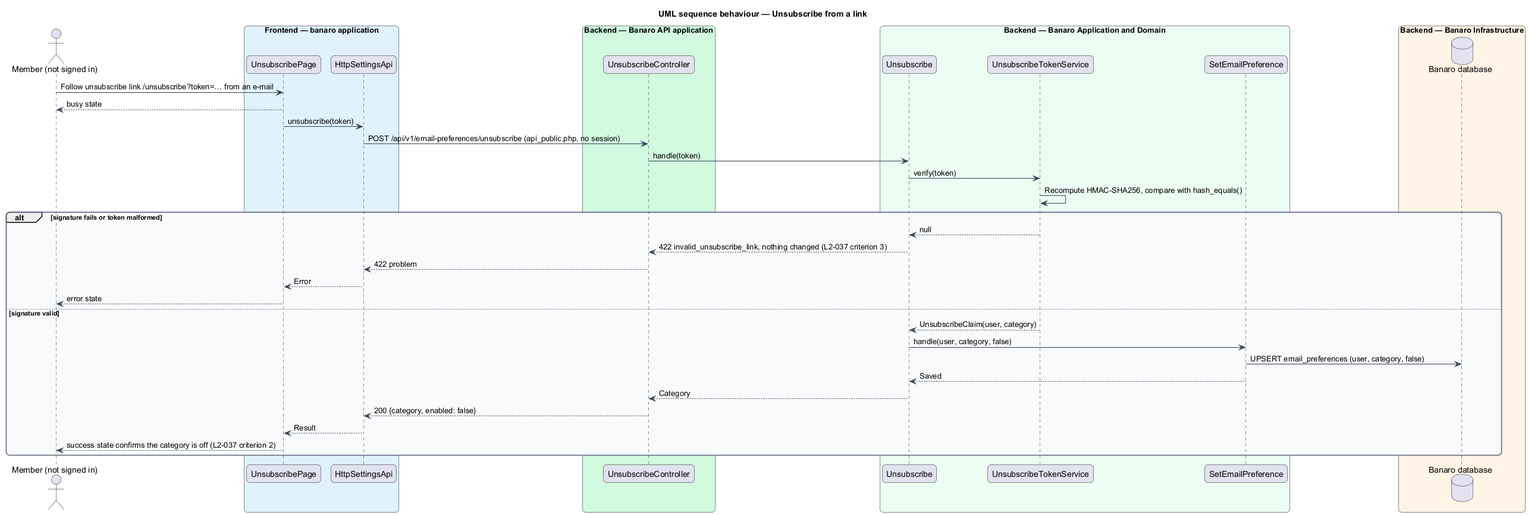
This is docs/detailed-designs/settings/manage-email-preferences/diagrams/sequence-unsubscribe-from-link.png from QuinntyneBrown/banaro, a PlantUML export, as it was before one commit.
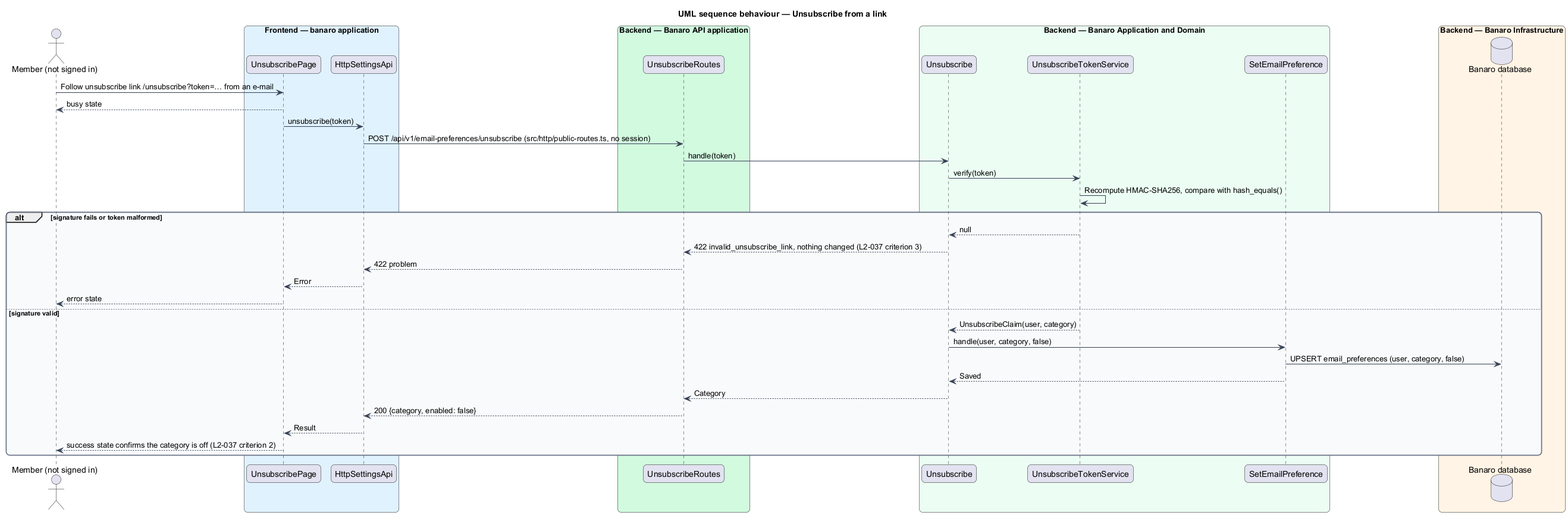
Later version of the same file.

What changed in the source:
```diff
@@ -20,7 +20,7 @@
   participant "HttpSettingsApi" as client
 end box
 box "Backend — Banaro API application" #D1FADF
-  participant "UnsubscribeController" as controller
+  participant "UnsubscribeRoutes" as controller
 end box
 box "Backend — Banaro Application and Domain" #ECFDF3
   participant "Unsubscribe" as action
@@ -34,7 +34,7 @@
 actor -> page : Follow unsubscribe link /unsubscribe?token=… from an e-mail
 page --> actor : busy state
 page -> client : unsubscribe(token)
-client -> controller : POST /api/v1/email-preferences/unsubscribe (api_public.php, no session)
+client -> controller : POST /api/v1/email-preferences/unsubscribe (src/http/public-routes.ts, no session)
 controller -> action : handle(token)
 action -> tokens : verify(token)
 tokens -> tokens : Recompute HMAC-SHA256, compare with hash_equals()
```
